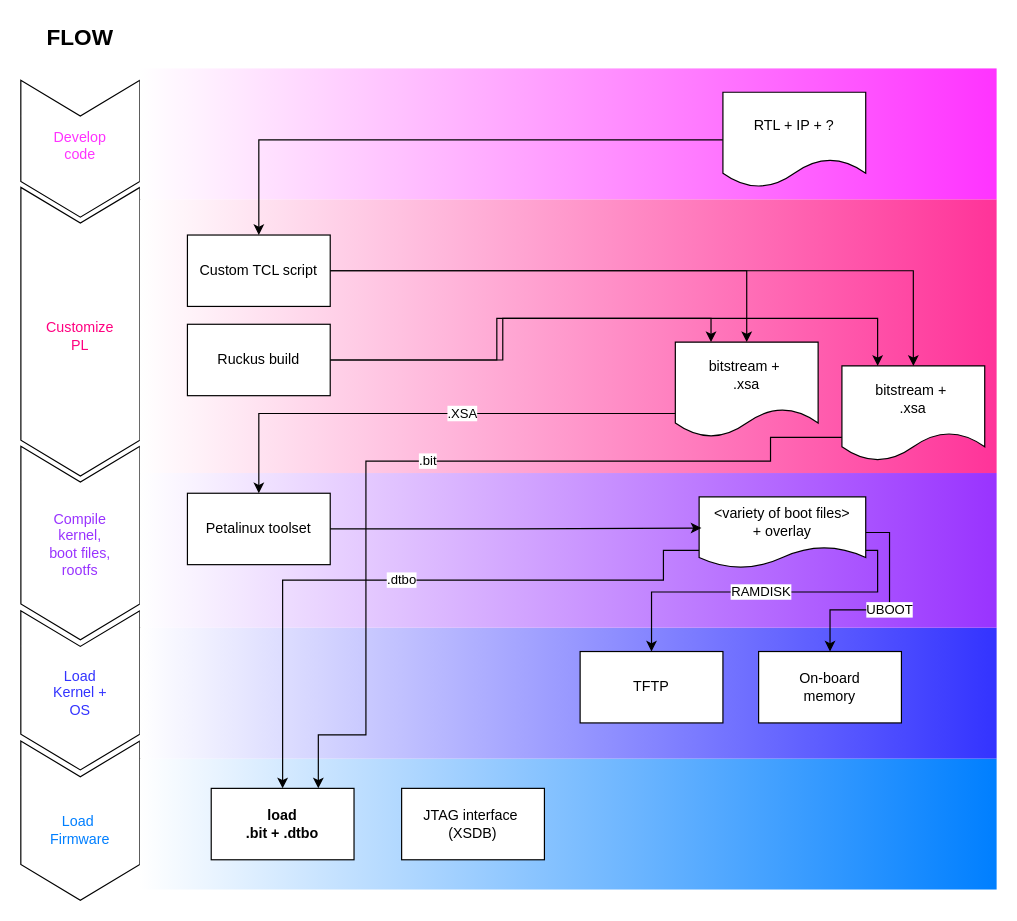
Earlier version of the draw.io diagram Kria_build_workflow.drawio (awhitbeck/drawio). Source tidied: cells renumbered, new cells numbered last; positions are measured from the earlier drawing's top-left corner, leaving out a move shared by most shapes. Both pictures are drawn from the tidied source at 119%, with x=0, y=0 at pixel (-64, 20).
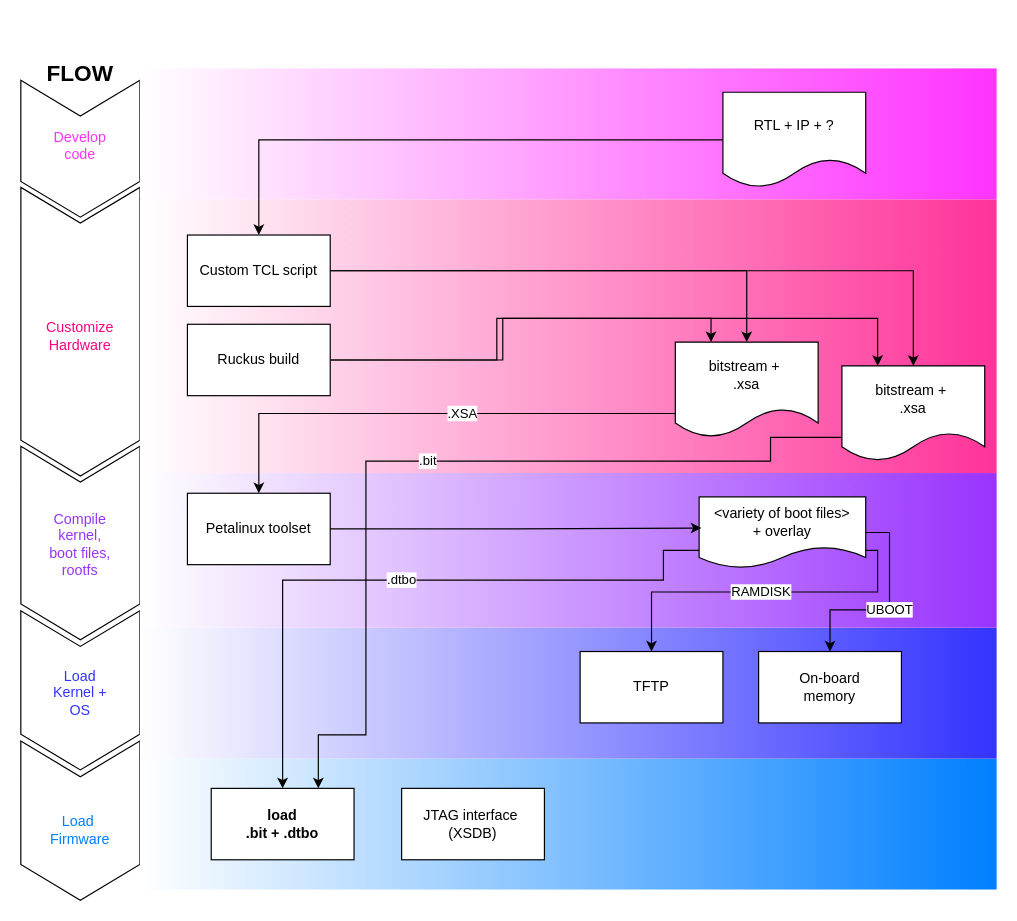
The same page after the edit.

Change to the diagram source:
```diff
@@
-    <mxCell id="22" value="Customize PL" style="text;html=1;align=center;verticalAlign=middle;whiteSpace=wrap;rounded=0;fontColor=#FF0080;" parent="1" vertex="1">
+    <mxCell id="22" value="Customize&lt;div&gt;Hardware&lt;/div&gt;" style="text;html=1;align=center;verticalAlign=middle;whiteSpace=wrap;rounded=0;fontColor=#FF0080;" parent="1" vertex="1">
       <mxGeometry x="91" y="250" width="60" height="30" as="geometry" />
     </mxCell>
@@
     <mxCell id="39" value="&lt;b&gt;&lt;font style=&quot;font-size: 19px;&quot;&gt;FLOW&lt;/font&gt;&lt;/b&gt;" style="text;html=1;align=center;verticalAlign=middle;whiteSpace=wrap;rounded=0;" parent="1" vertex="1">
-      <mxGeometry x="91" width="60" height="30" as="geometry" />
+      <mxGeometry x="91" y="30" width="60" height="30" as="geometry" />
     </mxCell>
```
